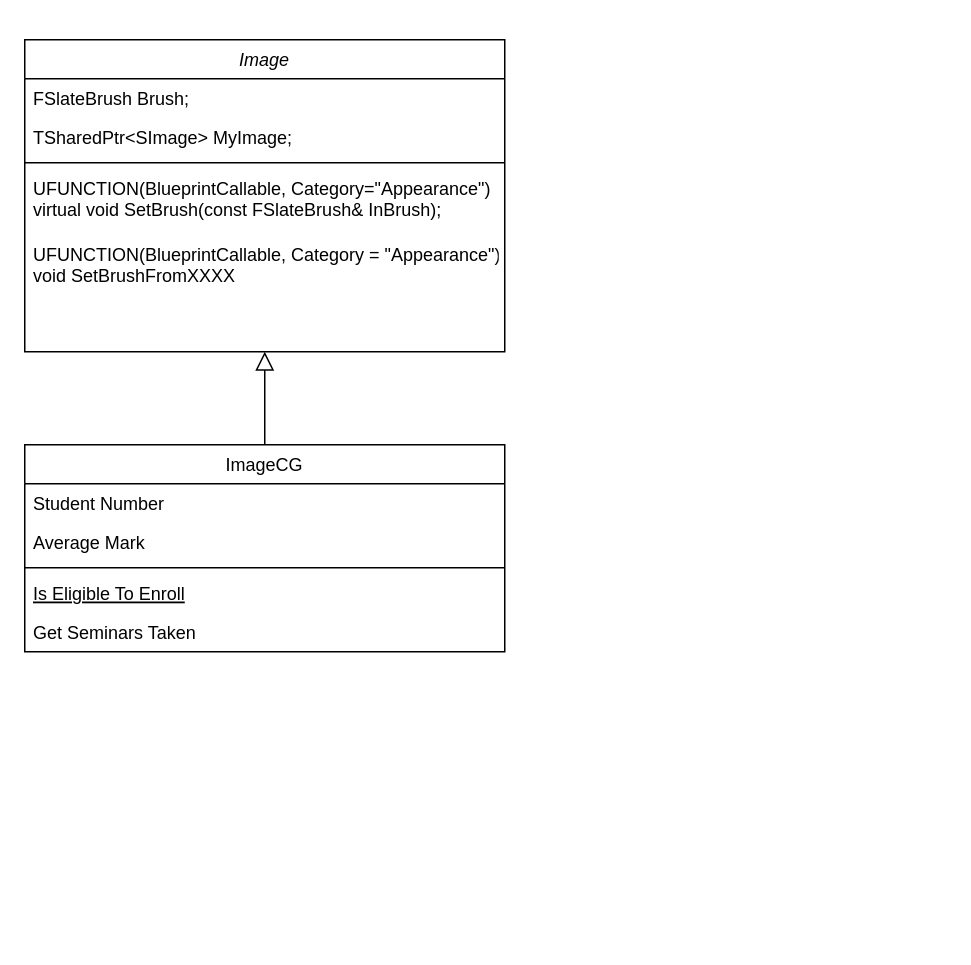
Earlier version of the draw.io diagram 未命名绘图.drawio (LuciusJay/DiagramDrawIO). Source tidied: cells renumbered, new cells numbered last; positions are measured from the earlier drawing's top-left corner, leaving out a move shared by most shapes. Both pictures are drawn from the tidied source at 150%, with x=0, y=0 at pixel (24, 39).
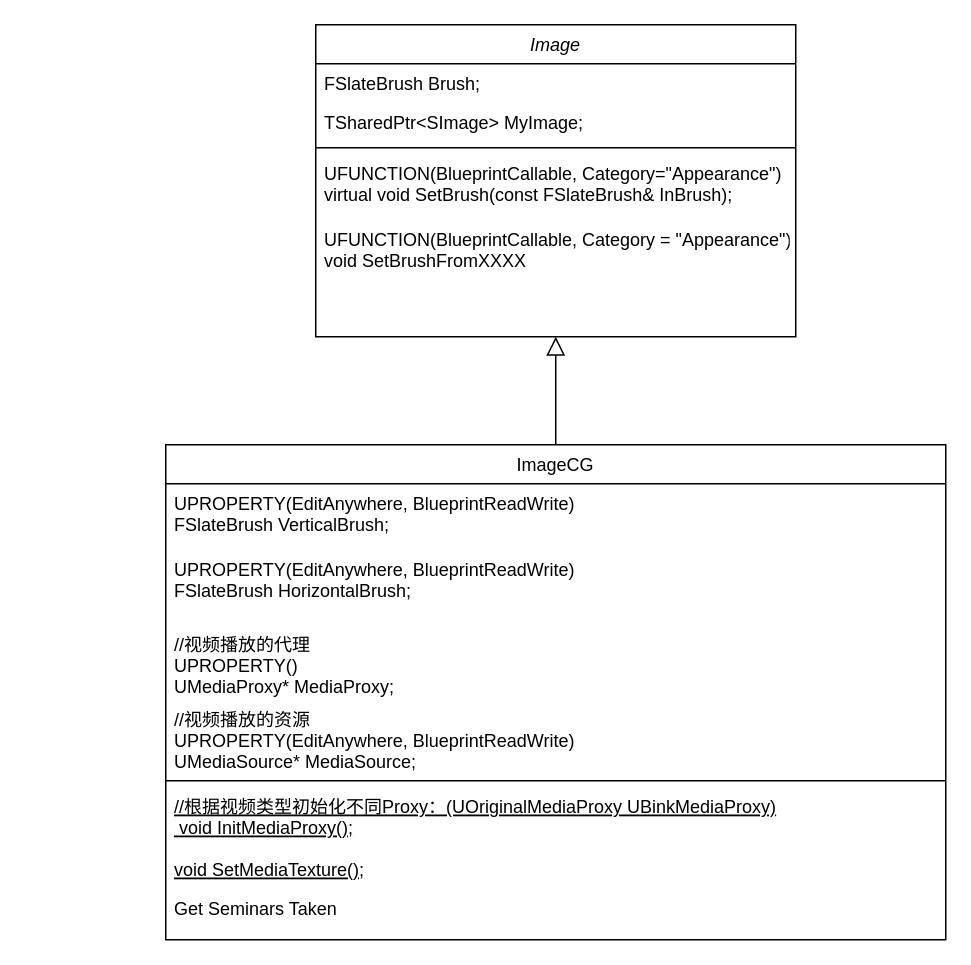
Above is the later version.

Commit message:
更新未命名绘图.drawio

Diff of the diagram source:
```diff
@@
 <mxGraphModel>
   <root>
     <mxCell id="0" />
     <mxCell id="1" parent="0" />
     <mxCell id="2" value="Image" style="swimlane;fontStyle=2;align=center;verticalAlign=top;horizontal=1;startSize=26;rounded=0;shadow=0;strokeWidth=1;" parent="1" vertex="1">
-      <mxGeometry width="320" height="208" as="geometry" />
+      <mxGeometry x="194" y="-10" width="320" height="208" as="geometry" />
     </mxCell>
     <mxCell id="3" value="FSlateBrush Brush;" style="text;align=left;verticalAlign=top;spacingLeft=4;spacingRight=4;overflow=hidden;" parent="2" vertex="1">
       <mxGeometry y="26" width="320" height="26" as="geometry" />
     </mxCell>
     <mxCell id="4" value="TSharedPtr&lt;SImage&gt; MyImage;" style="text;align=left;verticalAlign=top;spacingLeft=4;spacingRight=4;overflow=hidden;rounded=0;shadow=0;html=0;" parent="2" vertex="1">
       <mxGeometry y="52" width="320" height="26" as="geometry" />
     </mxCell>
     <mxCell id="5" style="line;html=1;strokeWidth=1;align=left;verticalAlign=middle;spacingTop=-1;spacingLeft=3;spacingRight=3;labelPosition=right;" parent="2" vertex="1">
       <mxGeometry y="78" width="320" height="8" as="geometry" />
     </mxCell>
     <mxCell id="6" value=" UFUNCTION(BlueprintCallable, Category=&quot;Appearance&quot;)&#10; virtual void SetBrush(const FSlateBrush&amp; InBrush);" style="text;align=left;verticalAlign=top;spacingLeft=4;spacingRight=4;overflow=hidden;" parent="2" vertex="1">
       <mxGeometry y="86" width="320" height="44" as="geometry" />
     </mxCell>
     <mxCell id="7" value=" UFUNCTION(BlueprintCallable, Category = &quot;Appearance&quot;)&#10; void SetBrushFromXXXX" style="text;align=left;verticalAlign=top;spacingLeft=4;spacingRight=4;overflow=hidden;" parent="2" vertex="1">
       <mxGeometry y="130" width="320" height="60" as="geometry" />
     </mxCell>
     <mxCell id="8" value="ImageCG" style="swimlane;fontStyle=0;align=center;verticalAlign=top;horizontal=1;startSize=26;rounded=0;shadow=0;strokeWidth=1;" parent="1" vertex="1">
-      <mxGeometry y="270" width="320" height="138" as="geometry" />
+      <mxGeometry x="94" y="270" width="520" height="330" as="geometry" />
     </mxCell>
-    <mxCell id="9" value="Student Number" style="text;align=left;verticalAlign=top;spacingLeft=4;spacingRight=4;overflow=hidden;" parent="8" vertex="1">
-      <mxGeometry y="26" width="320" height="26" as="geometry" />
+    <mxCell id="9" value=" UPROPERTY(EditAnywhere, BlueprintReadWrite)&#10; FSlateBrush VerticalBrush;" style="text;align=left;verticalAlign=top;spacingLeft=4;spacingRight=4;overflow=hidden;" parent="8" vertex="1">
+      <mxGeometry y="26" width="520" height="44" as="geometry" />
     </mxCell>
-    <mxCell id="10" value="Average Mark" style="text;align=left;verticalAlign=top;spacingLeft=4;spacingRight=4;overflow=hidden;rounded=0;shadow=0;html=0;" parent="8" vertex="1">
-      <mxGeometry y="52" width="320" height="26" as="geometry" />
+    <mxCell id="10" value=" UPROPERTY(EditAnywhere, BlueprintReadWrite)&#10; FSlateBrush HorizontalBrush;" style="text;align=left;verticalAlign=top;spacingLeft=4;spacingRight=4;overflow=hidden;rounded=0;shadow=0;html=0;" parent="8" vertex="1">
+      <mxGeometry y="70" width="520" height="50" as="geometry" />
     </mxCell>
+    <mxCell id="15" value="//视频播放的代理&#10; UPROPERTY()&#10; UMediaProxy* MediaProxy;" style="text;align=left;verticalAlign=top;spacingLeft=4;spacingRight=4;overflow=hidden;rounded=0;shadow=0;html=0;" parent="8" vertex="1">
+      <mxGeometry y="120" width="520" height="50" as="geometry" />
+    </mxCell>
+    <mxCell id="16" value="//视频播放的资源&#10; UPROPERTY(EditAnywhere, BlueprintReadWrite)&#10; UMediaSource* MediaSource;" style="text;align=left;verticalAlign=top;spacingLeft=4;spacingRight=4;overflow=hidden;rounded=0;shadow=0;html=0;" parent="8" vertex="1">
+      <mxGeometry y="170" width="520" height="50" as="geometry" />
+    </mxCell>
     <mxCell id="11" style="line;html=1;strokeWidth=1;align=left;verticalAlign=middle;spacingTop=-1;spacingLeft=3;spacingRight=3;labelPosition=right;" parent="8" vertex="1">
-      <mxGeometry y="78" width="320" height="8" as="geometry" />
+      <mxGeometry y="220" width="520" height="8" as="geometry" />
     </mxCell>
-    <mxCell id="12" value="Is Eligible To Enroll" style="text;align=left;verticalAlign=top;spacingLeft=4;spacingRight=4;overflow=hidden;fontStyle=4;" parent="8" vertex="1">
-      <mxGeometry y="86" width="320" height="26" as="geometry" />
+    <mxCell id="12" value="//根据视频类型初始化不同Proxy：(UOriginalMediaProxy UBinkMediaProxy)&#10; void InitMediaProxy();" style="text;align=left;verticalAlign=top;spacingLeft=4;spacingRight=4;overflow=hidden;fontStyle=4;" parent="8" vertex="1">
+      <mxGeometry y="228" width="520" height="42" as="geometry" />
     </mxCell>
+    <mxCell id="17" value=" void SetMediaTexture();" style="text;align=left;verticalAlign=top;spacingLeft=4;spacingRight=4;overflow=hidden;fontStyle=4;" parent="8" vertex="1">
+      <mxGeometry y="270" width="520" height="26" as="geometry" />
+    </mxCell>
     <mxCell id="13" value="Get Seminars Taken" style="text;align=left;verticalAlign=top;spacingLeft=4;spacingRight=4;overflow=hidden;" parent="8" vertex="1">
-      <mxGeometry y="112" width="320" height="26" as="geometry" />
+      <mxGeometry y="296" width="520" height="34" as="geometry" />
     </mxCell>
     <mxCell id="14" style="endArrow=block;endSize=10;endFill=0;shadow=0;strokeWidth=1;rounded=0;edgeStyle=elbowEdgeStyle;elbow=vertical;" parent="1" edge="1" source="8" target="2">
       <mxGeometry relative="1" as="geometry" />
     </mxCell>
   </root>
 </mxGraphModel>
```
